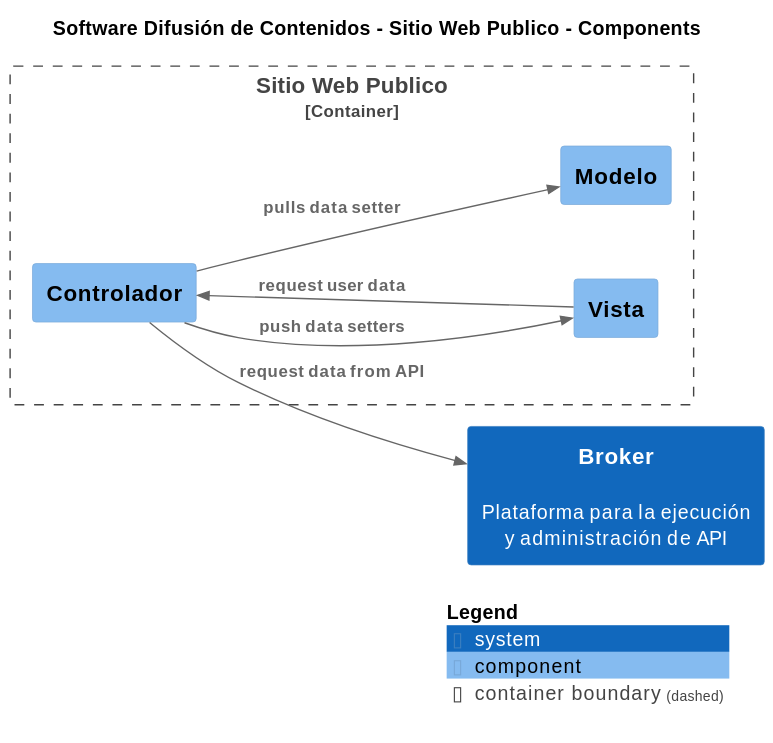
This is build/site/svg/Component-001-Component-001.svg from nbrx/c4-dcc-arq, a PlantUML export, as it was before one commit. Its source is kept beside it as build/site/puml/Component-001-Component-001.puml.
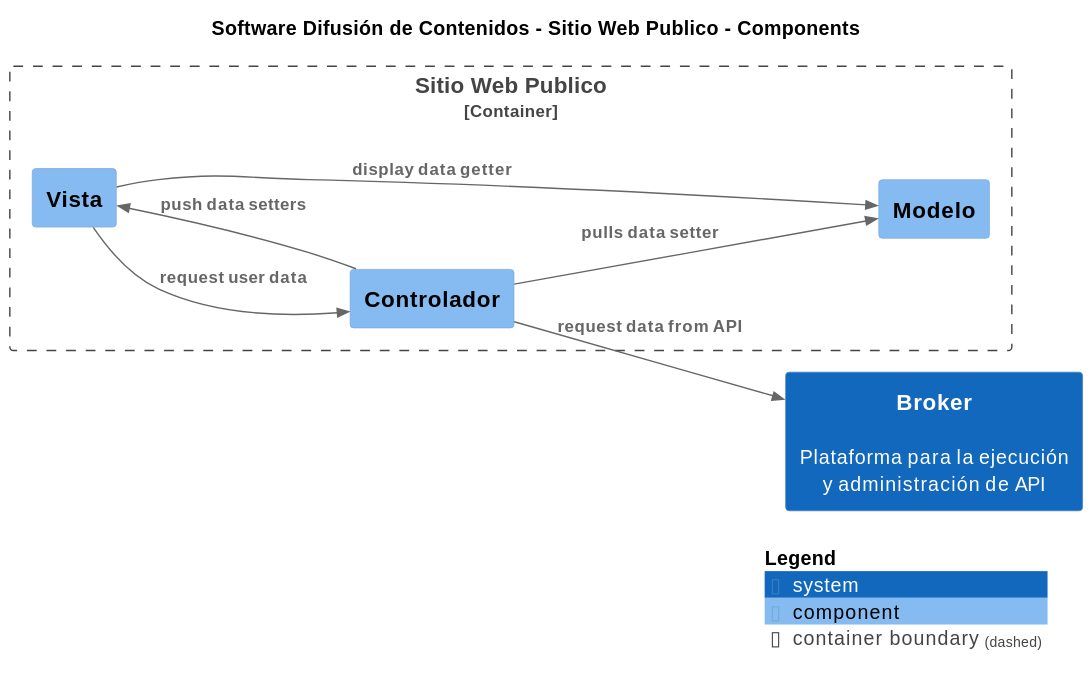
The same file after the commit.

The edit, as a diff of the source:
```diff
@@ -21,6 +21,7 @@
 Rel_D(SoftwareDifusióndeContenidos.SitioWebPublico.Controlador, SoftwareDifusióndeContenidos.SitioWebPublico.Modelo, "pulls data setter", $tags="")
 Rel_D(SoftwareDifusióndeContenidos.SitioWebPublico.Controlador, SoftwareDifusióndeContenidos.SitioWebPublico.Vista, "push data setters", $tags="")
 Rel_D(SoftwareDifusióndeContenidos.SitioWebPublico.Vista, SoftwareDifusióndeContenidos.SitioWebPublico.Controlador, "request user data", $tags="")
+Rel_D(SoftwareDifusióndeContenidos.SitioWebPublico.Vista, SoftwareDifusióndeContenidos.SitioWebPublico.Modelo, "display data getter", $tags="")
 Rel_D(SoftwareDifusióndeContenidos.SitioWebPublico.Controlador, Broker, "request data from API", $tags="")
 
 SHOW_LEGEND(true)
```
